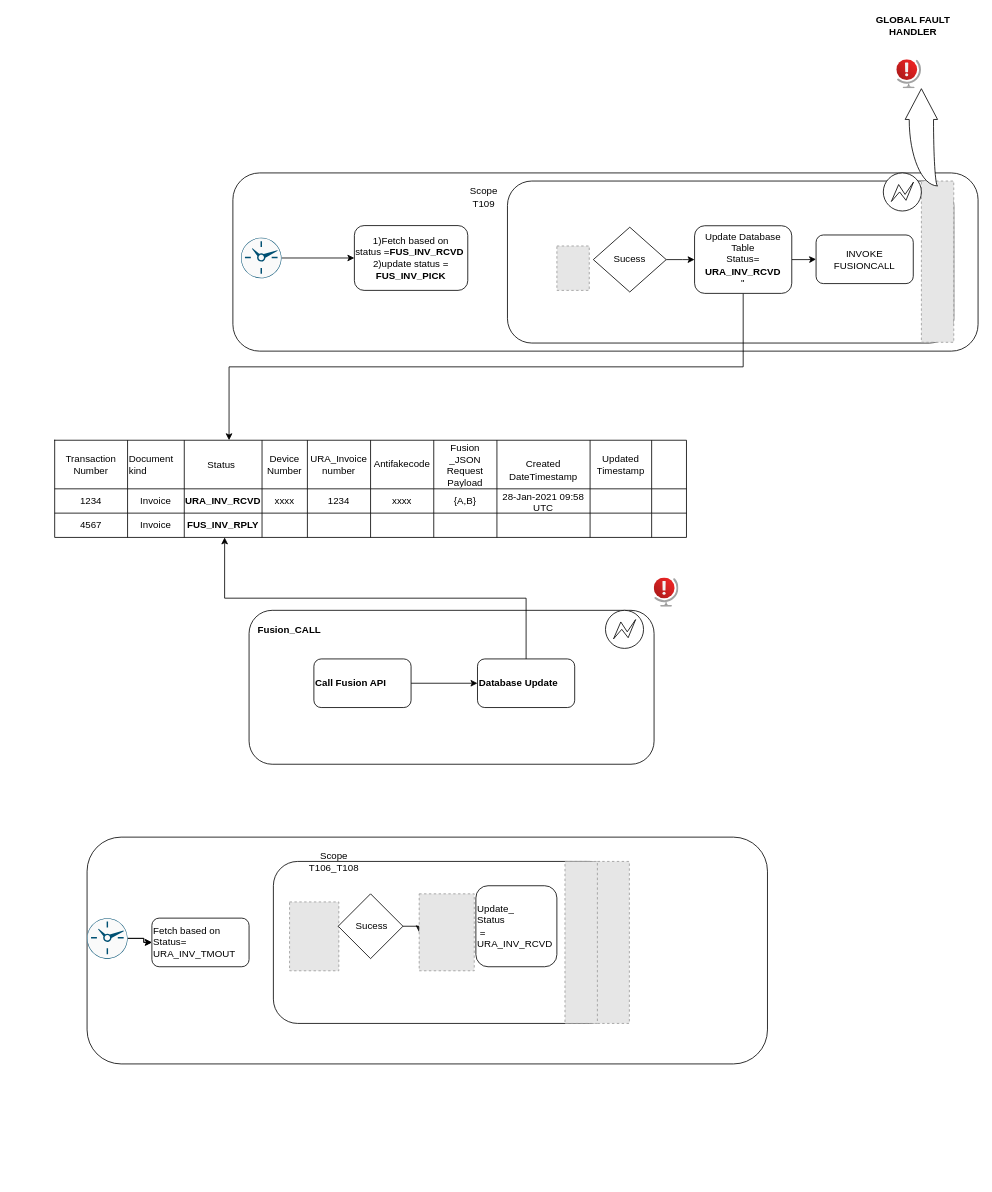
This is MTN_ENHANCED.drawio from anantwag19/Workspace, a draw.io file, before an edit. Source tidied: cells renumbered, new cells numbered last; positions are measured from the earlier drawing's top-left corner, leaving out a move shared by most shapes. Both pictures are drawn from the tidied source at 81%, with x=0, y=0 at pixel (54, 19). Pictures stored in the file or linked from it are replaced by grey dashed boxes.
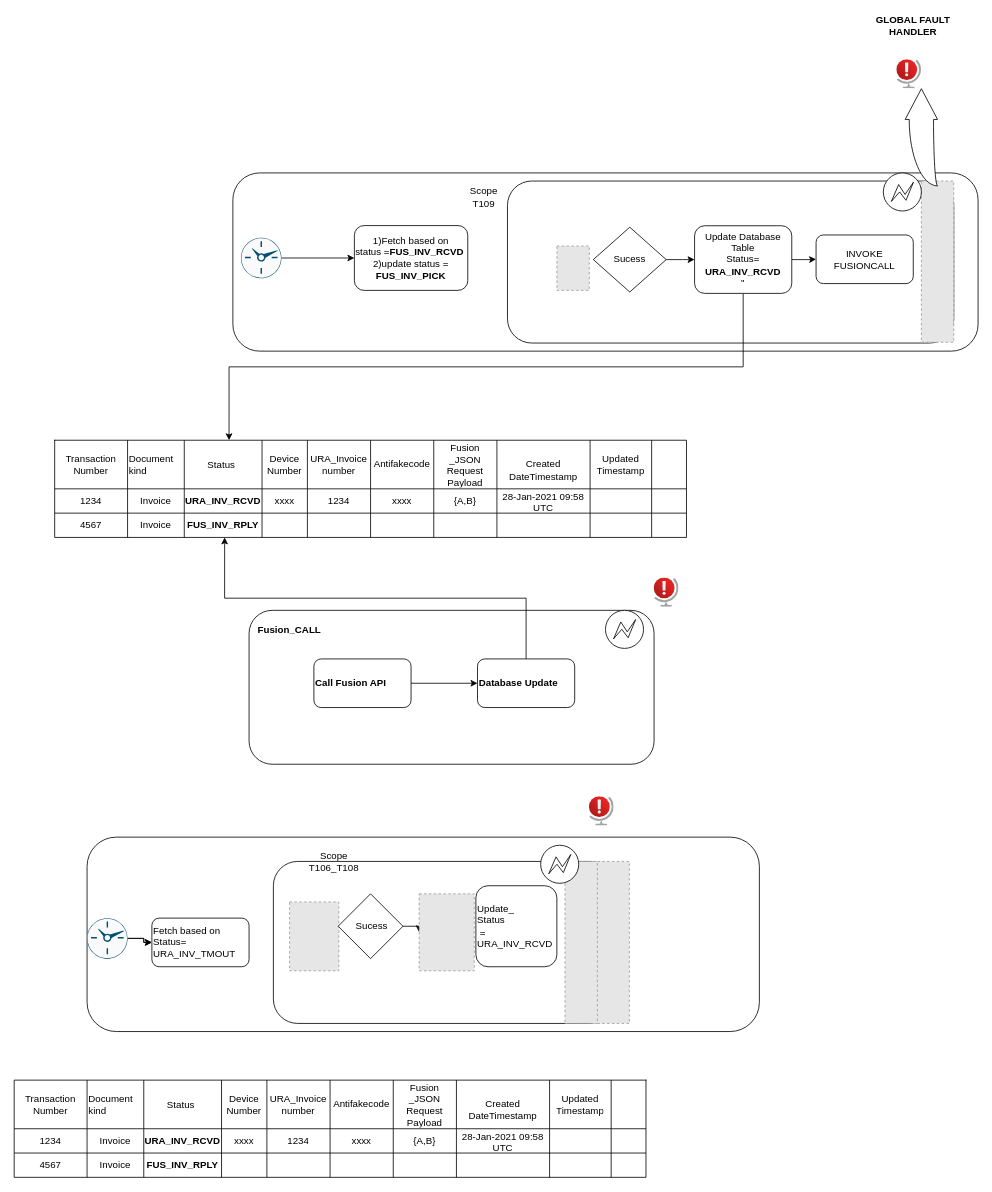
Above is the later version.

Diff of the diagram source:
```diff
@@
     <mxCell id="61" style="rounded=1;whiteSpace=wrap;html=1;fontSize=12;align=left;" parent="1" vertex="1">
-      <mxGeometry x="40" y="1010" width="840" height="280" as="geometry" />
+      <mxGeometry x="40" y="1010" width="830" height="240" as="geometry" />
     </mxCell>
@@
+    <mxCell id="76" style="shape=mxgraph.bpmn.event;html=1;verticalLabelPosition=bottom;labelBackgroundColor=#ffffff;verticalAlign=top;align=center;perimeter=ellipsePerimeter;outline=eventInt;symbol=error;fontSize=12;" parent="1" vertex="1">
+      <mxGeometry x="600" y="1020" width="47" height="47" as="geometry" />
+    </mxCell>
+    <mxCell id="77" style="html=1;align=center;image;fontSize=12;image=img/lib/azure2/general/Globe_Error.svg;" parent="1" vertex="1">
+      <mxGeometry x="660" y="960" width="30.6" height="36" as="geometry" />
+    </mxCell>
+    <mxCell id="78" style="shape=table;html=1;whiteSpace=wrap;startSize=0;childLayout=tableLayout;direction=south;" parent="1" vertex="1">
+      <mxGeometry x="-50" y="1310" width="780" height="120" as="geometry" />
+    </mxCell>
+    <mxCell id="79" style="shape=partialRectangle;html=1;whiteSpace=wrap;fillColor=none;top=0;left=0;bottom=0;right=0;" parent="78" vertex="1">
+      <mxGeometry width="780" height="60" as="geometry" />
+    </mxCell>
+    <mxCell id="80" value="&lt;div&gt;Transaction&lt;/div&gt;&lt;div&gt;Number&lt;br&gt;&lt;/div&gt;" style="shape=partialRectangle;html=1;whiteSpace=wrap;fillColor=none;top=0;left=0;bottom=0;right=0;overflow=hidden;" parent="79" vertex="1">
+      <mxGeometry width="90" height="60" as="geometry" />
+    </mxCell>
+    <mxCell id="81" value="Document kind" style="shape=partialRectangle;html=1;whiteSpace=wrap;fillColor=none;top=0;left=0;bottom=0;right=0;overflow=hidden;align=left;" parent="79" vertex="1">
+      <mxGeometry x="90" width="70" height="60" as="geometry" />
+    </mxCell>
+    <mxCell id="82" value="&lt;table&gt;&lt;tbody&gt;&lt;tr&gt;&lt;td&gt;&lt;br&gt;&lt;/td&gt;&lt;td&gt;&lt;br&gt;&lt;/td&gt;&lt;/tr&gt;&lt;tr&gt;&lt;td&gt;Status&lt;br&gt;&lt;/td&gt;&lt;td&gt;&lt;br&gt;&lt;/td&gt;&lt;/tr&gt;&lt;tr&gt;&lt;td&gt;&lt;br&gt;&lt;/td&gt;&lt;td&gt;&lt;br&gt;&lt;/td&gt;&lt;/tr&gt;&lt;/tbody&gt;&lt;/table&gt;" style="shape=partialRectangle;html=1;whiteSpace=wrap;fillColor=none;top=0;left=0;bottom=0;right=0;overflow=hidden;fontSize=12;" parent="79" vertex="1">
+      <mxGeometry x="160" width="96" height="60" as="geometry" />
+    </mxCell>
+    <mxCell id="83" value="Device Number" style="shape=partialRectangle;html=1;whiteSpace=wrap;fillColor=none;top=0;left=0;bottom=0;right=0;overflow=hidden;" parent="79" vertex="1">
+      <mxGeometry x="256" width="56" height="60" as="geometry" />
+    </mxCell>
+    <mxCell id="84" value="URA_Invoice number" style="shape=partialRectangle;html=1;whiteSpace=wrap;fillColor=none;top=0;left=0;bottom=0;right=0;overflow=hidden;" parent="79" vertex="1">
+      <mxGeometry x="312" width="78" height="60" as="geometry" />
+    </mxCell>
+    <mxCell id="85" value="Antifakecode" style="shape=partialRectangle;html=1;whiteSpace=wrap;fillColor=none;top=0;left=0;bottom=0;right=0;overflow=hidden;" parent="79" vertex="1">
+      <mxGeometry x="390" width="78" height="60" as="geometry" />
+    </mxCell>
+    <mxCell id="86" value="Fusion _JSON Request Payload" style="shape=partialRectangle;html=1;whiteSpace=wrap;fillColor=none;top=0;left=0;bottom=0;right=0;overflow=hidden;fontSize=12;" parent="79" vertex="1">
+      <mxGeometry x="468" width="78" height="60" as="geometry" />
+    </mxCell>
+    <mxCell id="87" value="&lt;br style=&quot;font-size: 12px&quot;&gt;&lt;div&gt;  Created&lt;/div&gt;&lt;div&gt;DateTimestamp&lt;/div&gt;" style="shape=partialRectangle;html=1;whiteSpace=wrap;fillColor=none;top=0;left=0;bottom=0;right=0;overflow=hidden;fontSize=12;" parent="79" vertex="1">
+      <mxGeometry x="546" width="115" height="60" as="geometry" />
+    </mxCell>
+    <mxCell id="88" value="&lt;div&gt;Updated&lt;/div&gt;&lt;div&gt;Timestamp&lt;/div&gt;" style="shape=partialRectangle;html=1;whiteSpace=wrap;fillColor=none;top=0;left=0;bottom=0;right=0;overflow=hidden;" parent="79" vertex="1">
+      <mxGeometry x="661" width="76" height="60" as="geometry" />
+    </mxCell>
+    <mxCell id="89" style="shape=partialRectangle;html=1;whiteSpace=wrap;fillColor=none;top=0;left=0;bottom=0;right=0;overflow=hidden;" parent="79" vertex="1">
+      <mxGeometry x="737" width="43" height="60" as="geometry" />
+    </mxCell>
+    <mxCell id="90" style="shape=partialRectangle;html=1;whiteSpace=wrap;fillColor=none;top=0;left=0;bottom=0;right=0;" parent="78" vertex="1">
+      <mxGeometry y="60" width="780" height="30" as="geometry" />
+    </mxCell>
+    <mxCell id="91" value="1234" style="shape=partialRectangle;html=1;whiteSpace=wrap;fillColor=none;top=0;left=0;bottom=0;right=0;overflow=hidden;" parent="90" vertex="1">
+      <mxGeometry width="90" height="30" as="geometry" />
+    </mxCell>
+    <mxCell id="92" value="Invoice" style="shape=partialRectangle;html=1;whiteSpace=wrap;fillColor=none;top=0;left=0;bottom=0;right=0;overflow=hidden;" parent="90" vertex="1">
+      <mxGeometry x="90" width="70" height="30" as="geometry" />
+    </mxCell>
+    <mxCell id="93" value="&lt;b&gt;URA_INV_RCVD&lt;/b&gt;" style="shape=partialRectangle;html=1;whiteSpace=wrap;fillColor=none;top=0;left=0;bottom=0;right=0;overflow=hidden;" parent="90" vertex="1">
+      <mxGeometry x="160" width="96" height="30" as="geometry" />
+    </mxCell>
+    <mxCell id="94" value="xxxx" style="shape=partialRectangle;html=1;whiteSpace=wrap;fillColor=none;top=0;left=0;bottom=0;right=0;overflow=hidden;" parent="90" vertex="1">
+      <mxGeometry x="256" width="56" height="30" as="geometry" />
+    </mxCell>
+    <mxCell id="95" value="1234" style="shape=partialRectangle;html=1;whiteSpace=wrap;fillColor=none;top=0;left=0;bottom=0;right=0;overflow=hidden;" parent="90" vertex="1">
+      <mxGeometry x="312" width="78" height="30" as="geometry" />
+    </mxCell>
+    <mxCell id="96" value="xxxx" style="shape=partialRectangle;html=1;whiteSpace=wrap;fillColor=none;top=0;left=0;bottom=0;right=0;overflow=hidden;" parent="90" vertex="1">
+      <mxGeometry x="390" width="78" height="30" as="geometry" />
+    </mxCell>
+    <mxCell id="97" value="{A,B}" style="shape=partialRectangle;html=1;whiteSpace=wrap;fillColor=none;top=0;left=0;bottom=0;right=0;overflow=hidden;" parent="90" vertex="1">
+      <mxGeometry x="468" width="78" height="30" as="geometry" />
+    </mxCell>
+    <mxCell id="98" value="28-Jan-2021 09:58 UTC" style="shape=partialRectangle;html=1;whiteSpace=wrap;fillColor=none;top=0;left=0;bottom=0;right=0;overflow=hidden;" parent="90" vertex="1">
+      <mxGeometry x="546" width="115" height="30" as="geometry" />
+    </mxCell>
+    <mxCell id="99" style="shape=partialRectangle;html=1;whiteSpace=wrap;fillColor=none;top=0;left=0;bottom=0;right=0;overflow=hidden;" parent="90" vertex="1">
+      <mxGeometry x="661" width="76" height="30" as="geometry" />
+    </mxCell>
+    <mxCell id="100" style="shape=partialRectangle;html=1;whiteSpace=wrap;fillColor=none;top=0;left=0;bottom=0;right=0;overflow=hidden;" parent="90" vertex="1">
+      <mxGeometry x="737" width="43" height="30" as="geometry" />
+    </mxCell>
+    <mxCell id="101" style="shape=partialRectangle;html=1;whiteSpace=wrap;fillColor=none;top=0;left=0;bottom=0;right=0;" parent="78" vertex="1">
+      <mxGeometry y="90" width="780" height="30" as="geometry" />
+    </mxCell>
+    <mxCell id="102" value="4567" style="shape=partialRectangle;html=1;whiteSpace=wrap;fillColor=none;top=0;left=0;bottom=0;right=0;overflow=hidden;" parent="101" vertex="1">
+      <mxGeometry width="90" height="30" as="geometry" />
+    </mxCell>
+    <mxCell id="103" value="Invoice" style="shape=partialRectangle;html=1;whiteSpace=wrap;fillColor=none;top=0;left=0;bottom=0;right=0;overflow=hidden;" parent="101" vertex="1">
+      <mxGeometry x="90" width="70" height="30" as="geometry" />
+    </mxCell>
+    <mxCell id="104" value="&lt;b&gt;FUS_INV_RPLY&lt;br&gt;&lt;/b&gt;" style="shape=partialRectangle;html=1;whiteSpace=wrap;fillColor=none;top=0;left=0;bottom=0;right=0;overflow=hidden;" parent="101" vertex="1">
+      <mxGeometry x="160" width="96" height="30" as="geometry" />
+    </mxCell>
+    <mxCell id="105" style="shape=partialRectangle;html=1;whiteSpace=wrap;fillColor=none;top=0;left=0;bottom=0;right=0;overflow=hidden;" parent="101" vertex="1">
+      <mxGeometry x="256" width="56" height="30" as="geometry" />
+    </mxCell>
+    <mxCell id="106" style="shape=partialRectangle;html=1;whiteSpace=wrap;fillColor=none;top=0;left=0;bottom=0;right=0;overflow=hidden;" parent="101" vertex="1">
+      <mxGeometry x="312" width="78" height="30" as="geometry" />
+    </mxCell>
+    <mxCell id="107" style="shape=partialRectangle;html=1;whiteSpace=wrap;fillColor=none;top=0;left=0;bottom=0;right=0;overflow=hidden;" parent="101" vertex="1">
+      <mxGeometry x="390" width="78" height="30" as="geometry" />
+    </mxCell>
+    <mxCell id="108" style="shape=partialRectangle;html=1;whiteSpace=wrap;fillColor=none;top=0;left=0;bottom=0;right=0;overflow=hidden;" parent="101" vertex="1">
+      <mxGeometry x="468" width="78" height="30" as="geometry" />
+    </mxCell>
+    <mxCell id="109" style="shape=partialRectangle;html=1;whiteSpace=wrap;fillColor=none;top=0;left=0;bottom=0;right=0;overflow=hidden;" parent="101" vertex="1">
+      <mxGeometry x="546" width="115" height="30" as="geometry" />
+    </mxCell>
+    <mxCell id="110" style="shape=partialRectangle;html=1;whiteSpace=wrap;fillColor=none;top=0;left=0;bottom=0;right=0;overflow=hidden;" parent="101" vertex="1">
+      <mxGeometry x="661" width="76" height="30" as="geometry" />
+    </mxCell>
+    <mxCell id="111" style="shape=partialRectangle;html=1;whiteSpace=wrap;fillColor=none;top=0;left=0;bottom=0;right=0;overflow=hidden;" parent="101" vertex="1">
+      <mxGeometry x="737" width="43" height="30" as="geometry" />
+    </mxCell>
```
